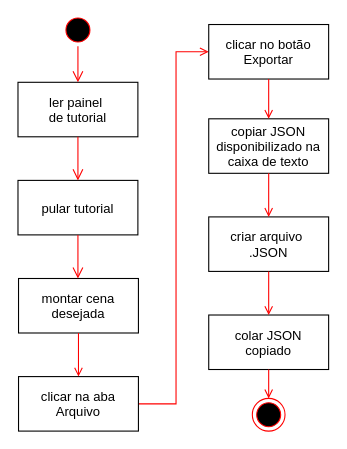
PanicAThePython/tcc_NataliaSensWeise keeps this draw.io diagram as diagramas-grade/atvd-exportar.drawio. Above is the earlier version. Source tidied: cells renumbered, new cells numbered last; positions are measured from the earlier drawing's top-left corner, leaving out a move shared by most shapes. Both pictures are drawn from the tidied source at 109%, with x=0, y=0 at pixel (17, 13).
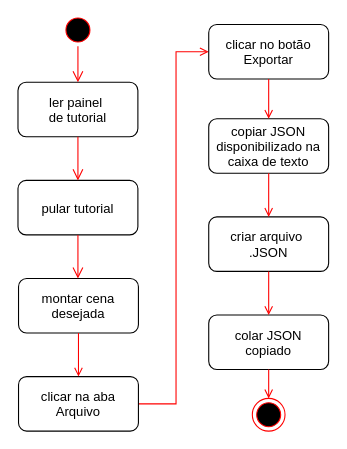
The same diagram, later.

The edit, as a diff of the source:
```diff
@@
-    <mxCell id="4" value="clicar na aba&#10;Arquivo" parent="1" vertex="1">
+    <mxCell id="4" value="clicar na aba&#10;Arquivo" style="rounded=1;" parent="1" vertex="1">
       <mxGeometry x="0.5" y="333" width="110" height="50" as="geometry" />
     </mxCell>
-    <mxCell id="5" value="ler painel &#10;de tutorial" parent="1" vertex="1">
+    <mxCell id="5" value="ler painel &#10;de tutorial" style="rounded=1;" parent="1" vertex="1">
       <mxGeometry y="63" width="110" height="50" as="geometry" />
     </mxCell>
@@
-    <mxCell id="7" value="pular tutorial" parent="1" vertex="1">
+    <mxCell id="7" value="pular tutorial" style="rounded=1;" parent="1" vertex="1">
       <mxGeometry y="153" width="110" height="50" as="geometry" />
     </mxCell>
@@
-    <mxCell id="9" value="montar cena&#10;desejada" parent="1" vertex="1">
+    <mxCell id="9" value="montar cena&#10;desejada" style="rounded=1;" parent="1" vertex="1">
       <mxGeometry x="0.5" y="243" width="110" height="50" as="geometry" />
     </mxCell>
@@
-    <mxCell id="12" value="clicar no botão&#10;Exportar" parent="1" vertex="1">
+    <mxCell id="12" value="clicar no botão&#10;Exportar" style="rounded=1;" parent="1" vertex="1">
       <mxGeometry x="175" y="10" width="110" height="50" as="geometry" />
     </mxCell>
-    <mxCell id="13" value="copiar JSON&#10;disponibilizado na&#10;caixa de texto" parent="1" vertex="1">
+    <mxCell id="13" value="copiar JSON&#10;disponibilizado na&#10;caixa de texto" style="rounded=1;" parent="1" vertex="1">
       <mxGeometry x="175" y="96.5" width="110" height="50" as="geometry" />
     </mxCell>
-    <mxCell id="14" value="criar arquivo &#10;.JSON" parent="1" vertex="1">
+    <mxCell id="14" value="criar arquivo &#10;.JSON" style="rounded=1;" parent="1" vertex="1">
       <mxGeometry x="175" y="186.5" width="110" height="50" as="geometry" />
     </mxCell>
-    <mxCell id="15" value="colar JSON&#10;copiado" parent="1" vertex="1">
+    <mxCell id="15" value="colar JSON&#10;copiado" style="rounded=1;" parent="1" vertex="1">
       <mxGeometry x="175" y="276.5" width="110" height="50" as="geometry" />
     </mxCell>
```
